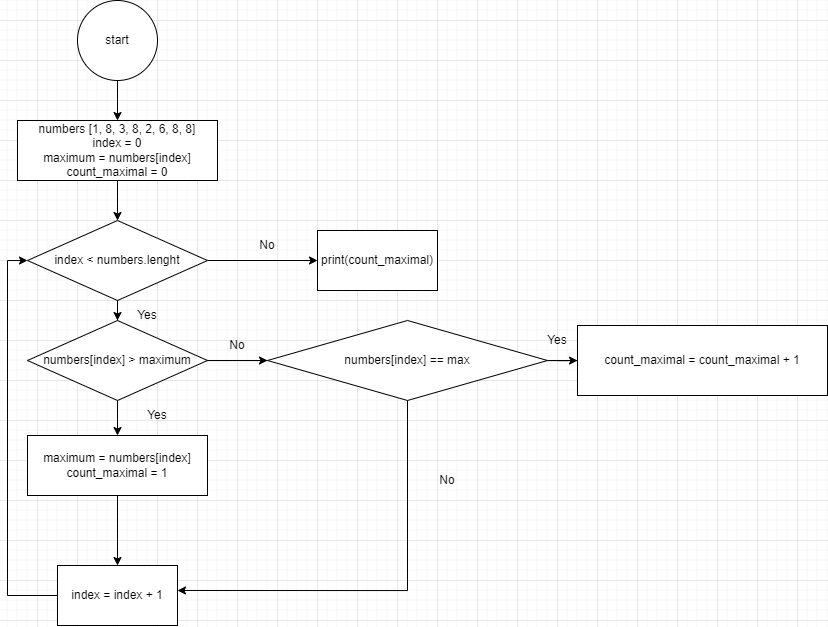
Earlier version of the draw.io export dz3_2.drawio.png (captaingitt/dz3). Source tidied: cells renumbered, new cells last; positions are measured from the earlier drawing's top-left corner, leaving out a move shared by most shapes.
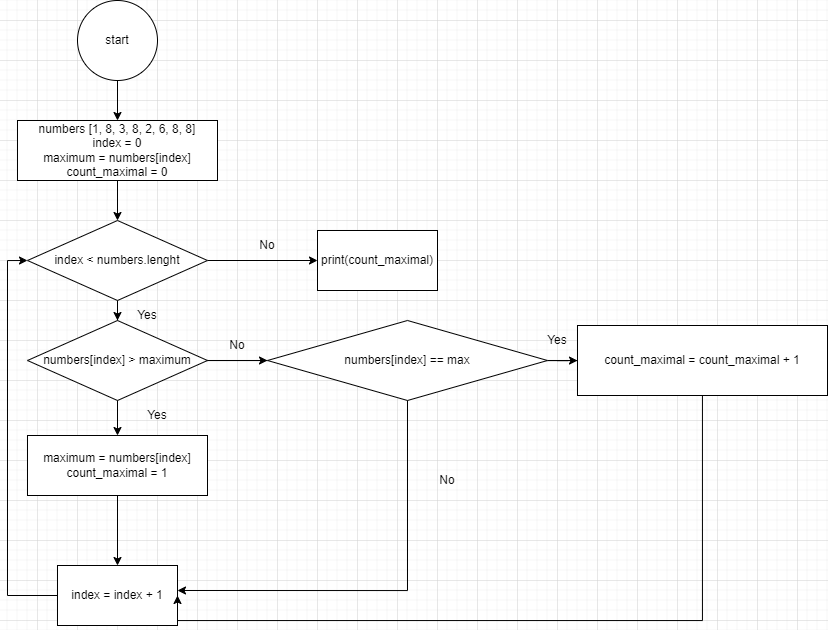
The same diagram one commit later.

What changed in the source:
```diff
@@ -63,6 +63,14 @@
         </Array>
       </mxGeometry>
     </mxCell>
+    <mxCell id="28" style="edgeStyle=orthogonalEdgeStyle;rounded=0;jettySize=auto;html=1;entryX=1;entryY=0.5;entryDx=0;entryDy=0;" parent="1" edge="1" source="18" target="15">
+      <mxGeometry relative="1" as="geometry">
+        <Array as="points">
+          <mxPoint x="695" y="620" />
+          <mxPoint x="170" y="620" />
+        </Array>
+      </mxGeometry>
+    </mxCell>
     <mxCell id="18" value="count_maximal = count_maximal + 1" style="whiteSpace=wrap;html=1;" parent="1" vertex="1">
       <mxGeometry x="570" y="325" width="250" height="70" as="geometry" />
     </mxCell>
```
